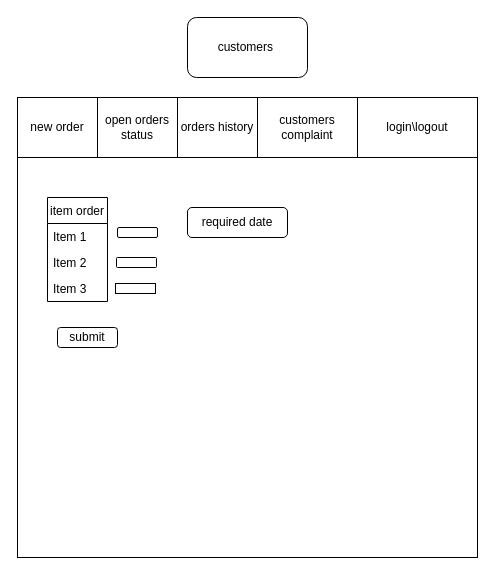
Earlier version of the draw.io diagram page "customer: new order" (3 of 14) of Untitled Diagram.drawio (orber3/bootstrap). Source tidied: cells renumbered, new cells numbered last; positions are measured from the earlier drawing's top-left corner, leaving out a move shared by most shapes. Both pictures are drawn from the tidied source at 100%, with x=0, y=0 at pixel (17, 17).
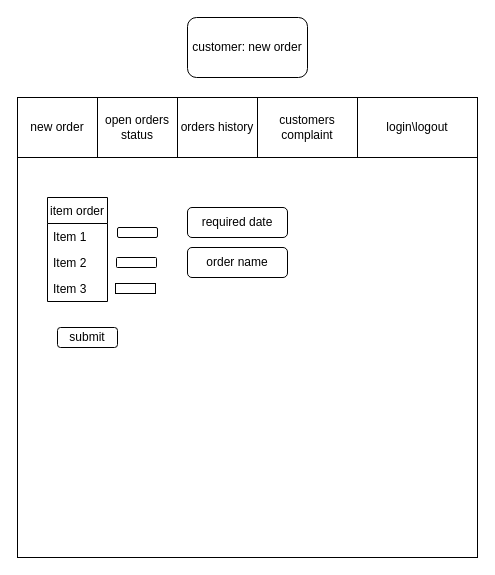
The same page after the edit.

Change to the diagram source:
```diff
@@
 <mxGraphModel>
   <root>
     <mxCell id="0" />
     <mxCell id="1" parent="0" />
     <mxCell id="2" style="whiteSpace=wrap;html=1;" parent="1" vertex="1">
       <mxGeometry y="80" width="460" height="460" as="geometry" />
     </mxCell>
     <mxCell id="3" value="login\logout" style="rounded=0;whiteSpace=wrap;html=1;" parent="1" vertex="1">
       <mxGeometry x="340" y="80" width="120" height="60" as="geometry" />
     </mxCell>
     <mxCell id="4" style="rounded=0;whiteSpace=wrap;html=1;" parent="1" vertex="1">
       <mxGeometry y="80" width="340" height="60" as="geometry" />
     </mxCell>
     <mxCell id="5" value="new order" style="rounded=0;whiteSpace=wrap;html=1;" parent="1" vertex="1">
       <mxGeometry y="80" width="80" height="60" as="geometry" />
     </mxCell>
     <mxCell id="6" value="open orders status" style="rounded=0;whiteSpace=wrap;html=1;" parent="1" vertex="1">
       <mxGeometry x="80" y="80" width="80" height="60" as="geometry" />
     </mxCell>
     <mxCell id="7" value="orders history" style="rounded=0;whiteSpace=wrap;html=1;" parent="1" vertex="1">
       <mxGeometry x="160" y="80" width="80" height="60" as="geometry" />
     </mxCell>
-    <mxCell id="8" value="customers&amp;nbsp;" style="rounded=1;whiteSpace=wrap;html=1;" parent="1" vertex="1">
+    <mxCell id="8" value="customer: new order" style="rounded=1;whiteSpace=wrap;html=1;" parent="1" vertex="1">
       <mxGeometry x="170" width="120" height="60" as="geometry" />
     </mxCell>
     <mxCell id="9" value="customers complaint" style="rounded=0;whiteSpace=wrap;html=1;" parent="1" vertex="1">
       <mxGeometry x="240" y="80" width="100" height="60" as="geometry" />
     </mxCell>
     <mxCell id="10" value="item order" style="swimlane;fontStyle=0;horizontal=1;startSize=26;fillColor=none;" parent="1" vertex="1">
       <mxGeometry x="30" y="180" width="60" height="104" as="geometry" />
     </mxCell>
     <mxCell id="11" value="Item 1" style="text;strokeColor=none;fillColor=none;align=left;verticalAlign=top;spacingLeft=4;spacingRight=4;overflow=hidden;" parent="10" vertex="1">
       <mxGeometry y="26" width="60" height="26" as="geometry" />
     </mxCell>
     <mxCell id="12" value="Item 2" style="text;strokeColor=none;fillColor=none;align=left;verticalAlign=top;spacingLeft=4;spacingRight=4;overflow=hidden;" parent="10" vertex="1">
       <mxGeometry y="52" width="60" height="26" as="geometry" />
     </mxCell>
     <mxCell id="13" value="Item 3" style="text;strokeColor=none;fillColor=none;align=left;verticalAlign=top;spacingLeft=4;spacingRight=4;overflow=hidden;" parent="10" vertex="1">
       <mxGeometry y="78" width="60" height="26" as="geometry" />
     </mxCell>
     <mxCell id="14" style="rounded=1;whiteSpace=wrap;html=1;" parent="1" vertex="1">
       <mxGeometry x="100" y="210" width="40" height="10" as="geometry" />
     </mxCell>
     <mxCell id="15" style="rounded=1;whiteSpace=wrap;html=1;arcSize=0;" parent="1" vertex="1">
       <mxGeometry x="98" y="266" width="40" height="10" as="geometry" />
     </mxCell>
     <mxCell id="16" style="rounded=1;whiteSpace=wrap;html=1;arcSize=10;" parent="1" vertex="1">
       <mxGeometry x="99" y="240" width="40" height="10" as="geometry" />
     </mxCell>
     <mxCell id="17" value="submit" style="rounded=1;whiteSpace=wrap;html=1;" parent="1" vertex="1">
       <mxGeometry x="40" y="310" width="60" height="20" as="geometry" />
     </mxCell>
     <mxCell id="18" value="required date" style="rounded=1;whiteSpace=wrap;html=1;" parent="1" vertex="1">
       <mxGeometry x="170" y="190" width="100" height="30" as="geometry" />
     </mxCell>
+    <mxCell id="19" value="order name" style="rounded=1;whiteSpace=wrap;html=1;" parent="1" vertex="1">
+      <mxGeometry x="170" y="230" width="100" height="30" as="geometry" />
+    </mxCell>
   </root>
 </mxGraphModel>
```
